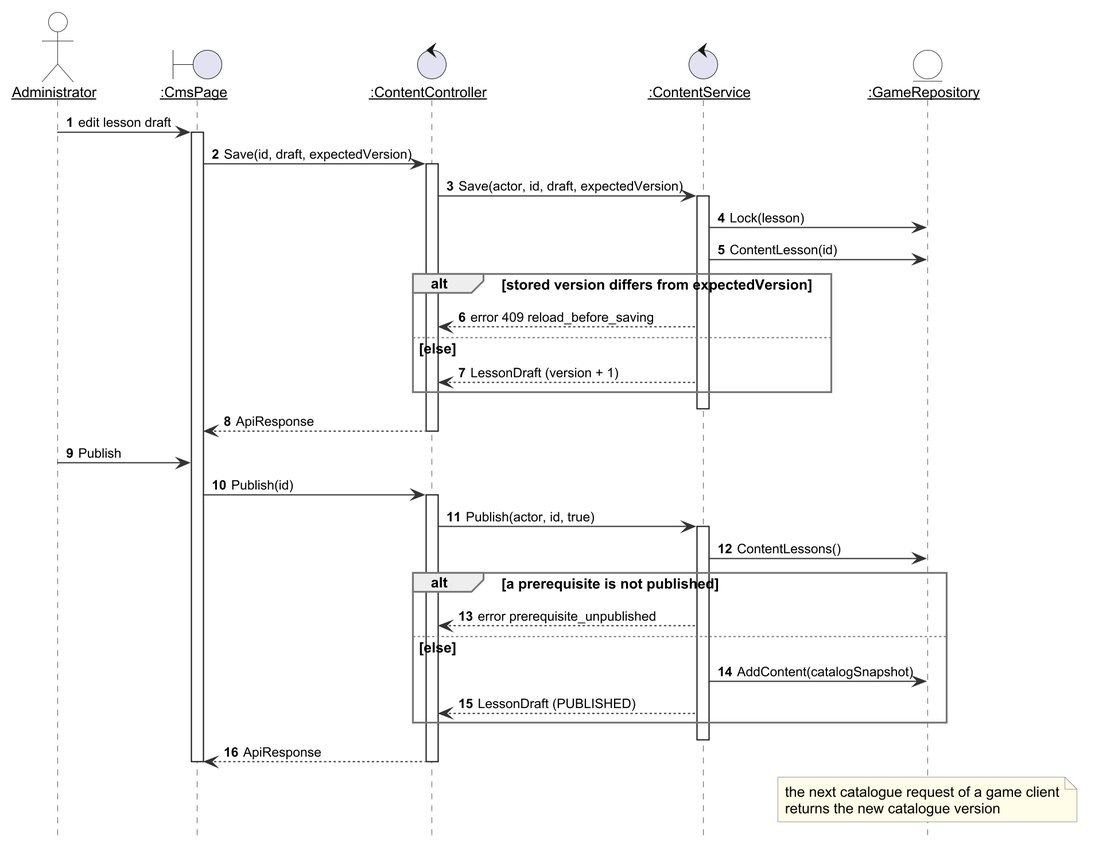
Earlier version of the PlantUML export Doc/Project_report/Report/diagrams/png/r4_seq_publish.png (Tad-Min/PickleVerse).
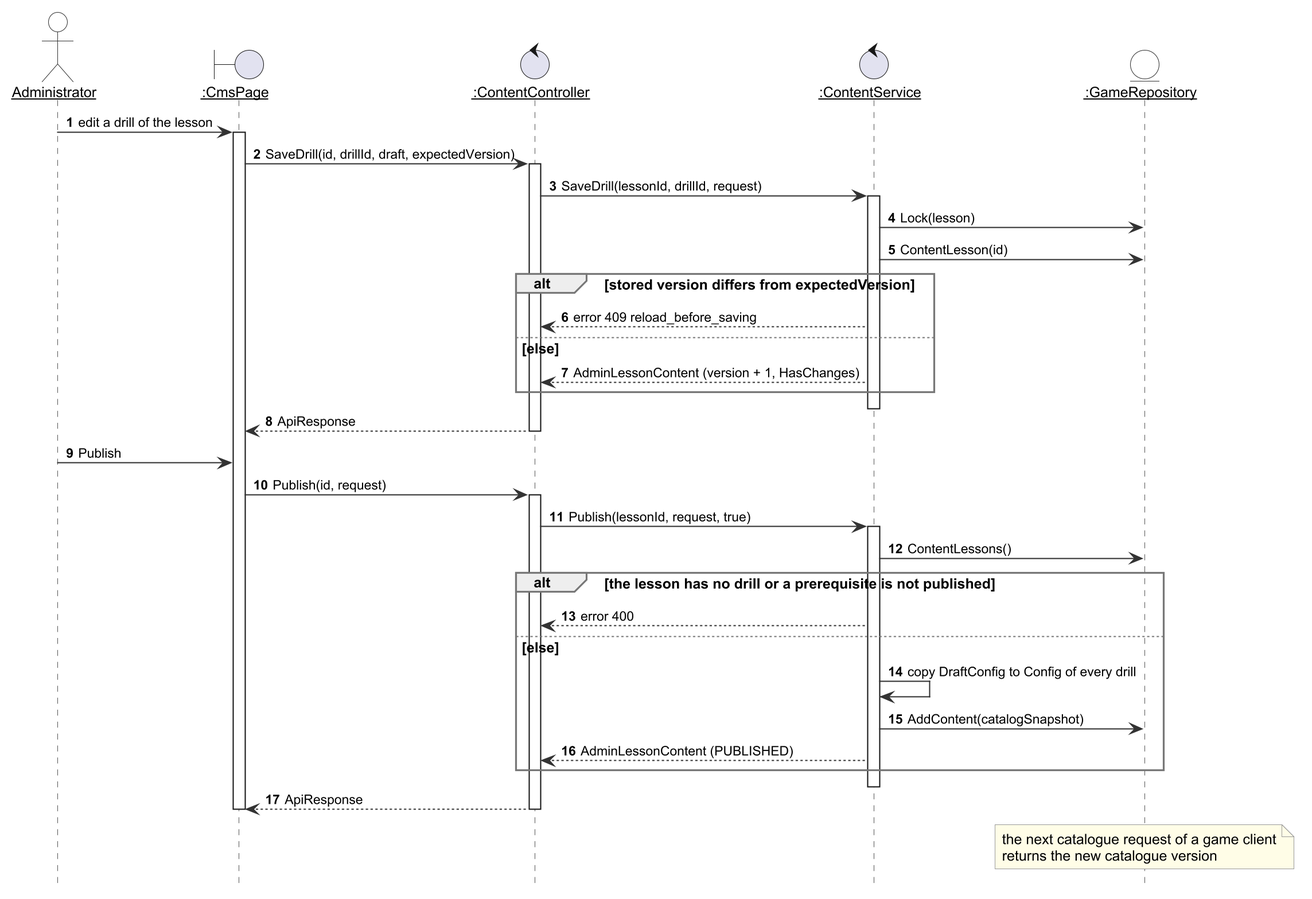
Later version of the same file.

Diff of the diagram source:
```diff
@@ -10,33 +10,34 @@
 control ":ContentController" as C
 control ":ContentService" as S
 entity ":GameRepository" as G
-Admin -> W : edit lesson draft
+Admin -> W : edit a drill of the lesson
 activate W
-W -> C : Save(id, draft, expectedVersion)
+W -> C : SaveDrill(id, drillId, draft, expectedVersion)
 activate C
-C -> S : Save(actor, id, draft, expectedVersion)
+C -> S : SaveDrill(lessonId, drillId, request)
 activate S
 S -> G : Lock(lesson)
 S -> G : ContentLesson(id)
 alt stored version differs from expectedVersion
   S --> C : error 409 reload_before_saving
 else else
-  S --> C : LessonDraft (version + 1)
+  S --> C : AdminLessonContent (version + 1, HasChanges)
 end
 deactivate S
 C --> W : ApiResponse
 deactivate C
 Admin -> W : Publish
-W -> C : Publish(id)
+W -> C : Publish(id, request)
 activate C
-C -> S : Publish(actor, id, true)
+C -> S : Publish(lessonId, request, true)
 activate S
 S -> G : ContentLessons()
-alt a prerequisite is not published
-  S --> C : error prerequisite_unpublished
+alt the lesson has no drill or a prerequisite is not published
+  S --> C : error 400
 else else
+  S -> S : copy DraftConfig to Config of every drill
   S -> G : AddContent(catalogSnapshot)
-  S --> C : LessonDraft (PUBLISHED)
+  S --> C : AdminLessonContent (PUBLISHED)
 end
 deactivate S
 C --> W : ApiResponse
```
